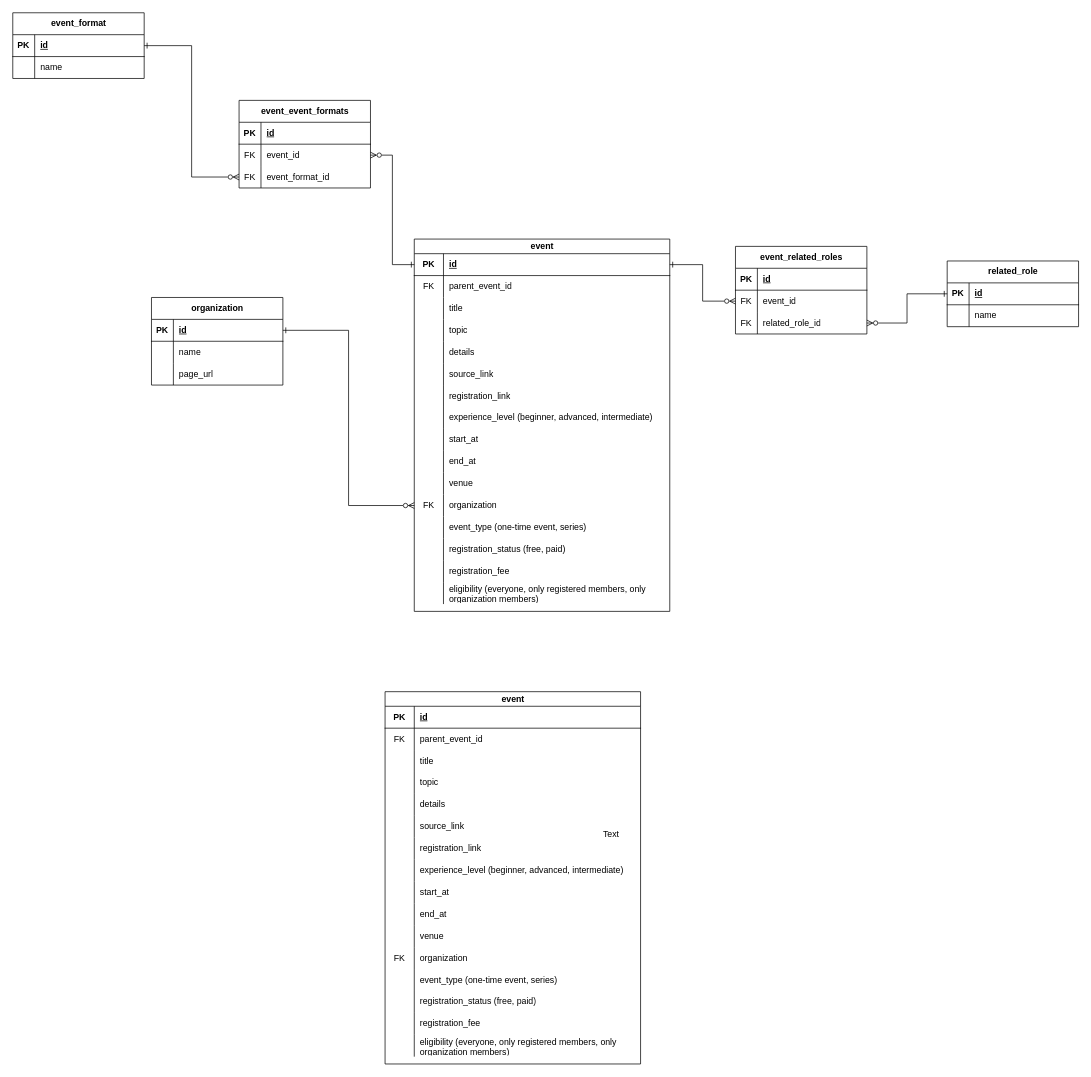
Earlier version of the draw.io diagram 2Gether.drawio (RHILIUS/drawio). Source tidied: cells renumbered, new cells numbered last; positions are measured from the earlier drawing's top-left corner, leaving out a move shared by most shapes. Both pictures are drawn from the tidied source at 73%, with x=0, y=0 at pixel (12, 12).
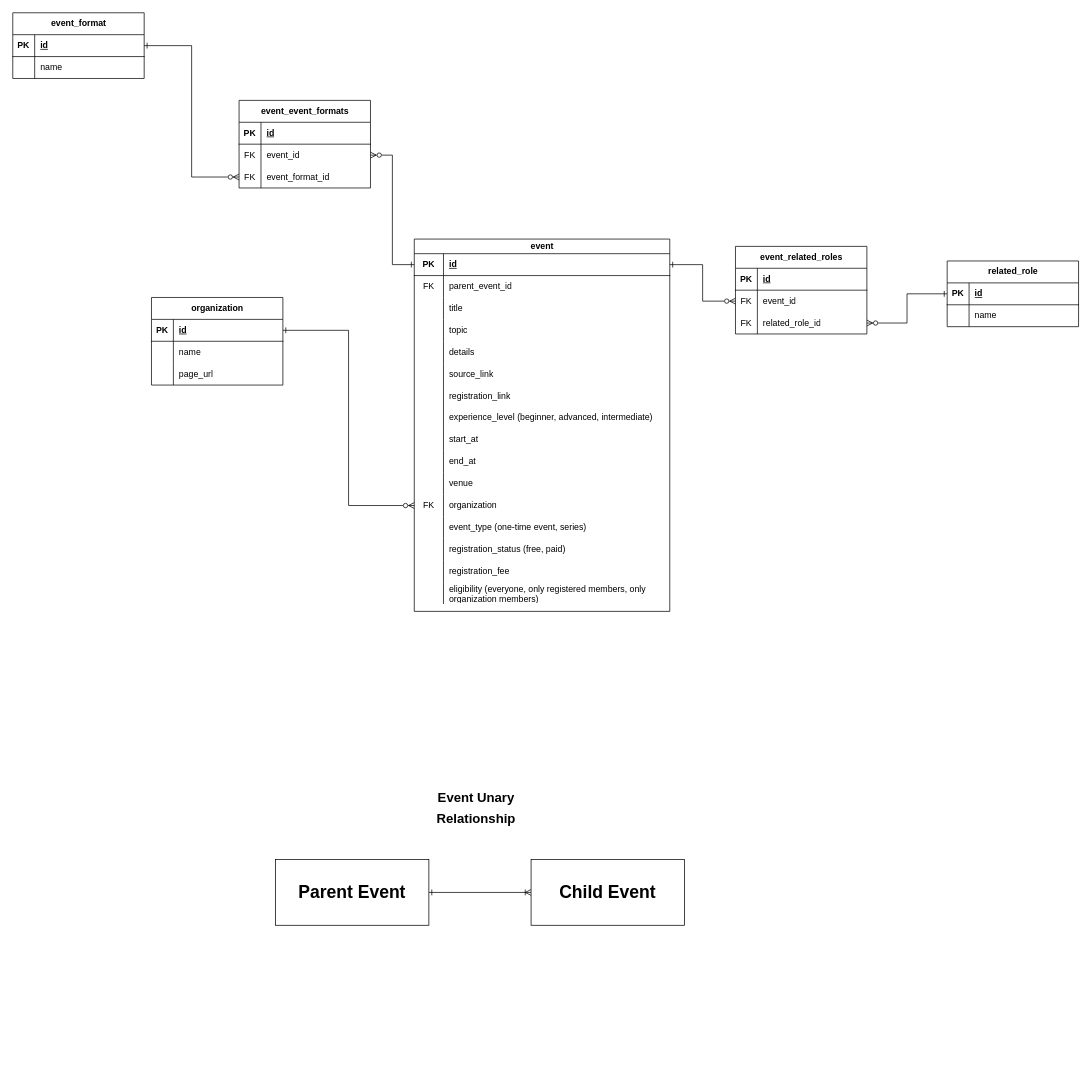
After the change.

Commit message:
add event unary relationship diagram

The edit, as a diff of the source:
```diff
@@
-    <mxCell id="100" value="event" style="shape=table;startSize=20;childLayout=tableLayout;rowLines=0;fontStyle=1;align=center;html=1;" parent="1" vertex="1">
-      <mxGeometry x="510" y="930" width="350" height="510" as="geometry" />
-    </mxCell>
-    <mxCell id="101" style="shape=tableRow;horizontal=0;startSize=0;swimlaneHead=0;swimlaneBody=0;fillColor=none;top=0;left=0;right=0;bottom=1;" parent="100" vertex="1">
-      <mxGeometry y="20" width="350" height="30" as="geometry" />
-    </mxCell>
-    <mxCell id="102" value="PK" style="shape=partialRectangle;fillColor=none;top=0;left=0;bottom=0;right=0;fontStyle=1;overflow=hidden;whiteSpace=wrap;html=1;" parent="101" vertex="1">
-      <mxGeometry width="40" height="30" as="geometry" />
-    </mxCell>
-    <mxCell id="103" value="id" style="shape=partialRectangle;fillColor=none;top=0;left=0;bottom=0;right=0;align=left;spacingLeft=6;fontStyle=5;overflow=hidden;whiteSpace=wrap;html=1;" parent="101" vertex="1">
-      <mxGeometry x="40" width="310" height="30" as="geometry" />
-    </mxCell>
-    <mxCell id="104" style="shape=tableRow;horizontal=0;startSize=0;swimlaneHead=0;swimlaneBody=0;fillColor=none;top=0;left=0;right=0;bottom=0;" parent="100" vertex="1">
-      <mxGeometry y="50" width="350" height="30" as="geometry" />
-    </mxCell>
-    <mxCell id="105" value="FK" style="shape=partialRectangle;fillColor=none;top=0;left=0;bottom=0;right=0;overflow=hidden;whiteSpace=wrap;html=1;" parent="104" vertex="1">
-      <mxGeometry width="40" height="30" as="geometry" />
-    </mxCell>
-    <mxCell id="106" value="parent_event_id" style="shape=partialRectangle;fillColor=none;top=0;left=0;bottom=0;right=0;align=left;spacingLeft=6;overflow=hidden;whiteSpace=wrap;html=1;" parent="104" vertex="1">
-      <mxGeometry x="40" width="310" height="30" as="geometry" />
-    </mxCell>
-    <mxCell id="107" style="shape=tableRow;horizontal=0;startSize=0;swimlaneHead=0;swimlaneBody=0;fillColor=none;top=0;left=0;right=0;bottom=0;" parent="100" vertex="1">
-      <mxGeometry y="80" width="350" height="30" as="geometry" />
-    </mxCell>
-    <mxCell id="108" style="shape=partialRectangle;fillColor=none;top=0;left=0;bottom=0;right=0;overflow=hidden;whiteSpace=wrap;html=1;" parent="107" vertex="1">
-      <mxGeometry width="40" height="30" as="geometry" />
-    </mxCell>
-    <mxCell id="109" value="title" style="shape=partialRectangle;fillColor=none;top=0;left=0;bottom=0;right=0;align=left;spacingLeft=6;overflow=hidden;whiteSpace=wrap;html=1;" parent="107" vertex="1">
-      <mxGeometry x="40" width="310" height="30" as="geometry" />
-    </mxCell>
-    <mxCell id="110" style="shape=tableRow;horizontal=0;startSize=0;swimlaneHead=0;swimlaneBody=0;fillColor=none;top=0;left=0;right=0;bottom=0;" parent="100" vertex="1">
-      <mxGeometry y="110" width="350" height="30" as="geometry" />
-    </mxCell>
-    <mxCell id="111" style="shape=partialRectangle;fillColor=none;top=0;left=0;bottom=0;right=0;overflow=hidden;whiteSpace=wrap;html=1;" parent="110" vertex="1">
-      <mxGeometry width="40" height="30" as="geometry" />
-    </mxCell>
-    <mxCell id="112" value="topic" style="shape=partialRectangle;fillColor=none;top=0;left=0;bottom=0;right=0;align=left;spacingLeft=6;overflow=hidden;whiteSpace=wrap;html=1;" parent="110" vertex="1">
-      <mxGeometry x="40" width="310" height="30" as="geometry" />
-    </mxCell>
-    <mxCell id="113" style="shape=tableRow;horizontal=0;startSize=0;swimlaneHead=0;swimlaneBody=0;fillColor=none;top=0;left=0;right=0;bottom=0;" parent="100" vertex="1">
-      <mxGeometry y="140" width="350" height="30" as="geometry" />
-    </mxCell>
-    <mxCell id="114" style="shape=partialRectangle;fillColor=none;top=0;left=0;bottom=0;right=0;overflow=hidden;whiteSpace=wrap;html=1;" parent="113" vertex="1">
-      <mxGeometry width="40" height="30" as="geometry" />
-    </mxCell>
-    <mxCell id="115" value="details" style="shape=partialRectangle;fillColor=none;top=0;left=0;bottom=0;right=0;align=left;spacingLeft=6;overflow=hidden;whiteSpace=wrap;html=1;" parent="113" vertex="1">
-      <mxGeometry x="40" width="310" height="30" as="geometry" />
-    </mxCell>
-    <mxCell id="116" style="shape=tableRow;horizontal=0;startSize=0;swimlaneHead=0;swimlaneBody=0;fillColor=none;top=0;left=0;right=0;bottom=0;" parent="100" vertex="1">
-      <mxGeometry y="170" width="350" height="30" as="geometry" />
-    </mxCell>
-    <mxCell id="117" style="shape=partialRectangle;fillColor=none;top=0;left=0;bottom=0;right=0;overflow=hidden;whiteSpace=wrap;html=1;" parent="116" vertex="1">
-      <mxGeometry width="40" height="30" as="geometry" />
-    </mxCell>
-    <mxCell id="118" value="source_link" style="shape=partialRectangle;fillColor=none;top=0;left=0;bottom=0;right=0;align=left;spacingLeft=6;overflow=hidden;whiteSpace=wrap;html=1;" parent="116" vertex="1">
-      <mxGeometry x="40" width="310" height="30" as="geometry" />
-    </mxCell>
-    <mxCell id="119" style="shape=tableRow;horizontal=0;startSize=0;swimlaneHead=0;swimlaneBody=0;fillColor=none;top=0;left=0;right=0;bottom=0;" parent="100" vertex="1">
-      <mxGeometry y="200" width="350" height="30" as="geometry" />
-    </mxCell>
-    <mxCell id="120" style="shape=partialRectangle;fillColor=none;top=0;left=0;bottom=0;right=0;overflow=hidden;whiteSpace=wrap;html=1;" parent="119" vertex="1">
-      <mxGeometry width="40" height="30" as="geometry" />
-    </mxCell>
-    <mxCell id="121" value="registration_link" style="shape=partialRectangle;fillColor=none;top=0;left=0;bottom=0;right=0;align=left;spacingLeft=6;overflow=hidden;whiteSpace=wrap;html=1;" parent="119" vertex="1">
-      <mxGeometry x="40" width="310" height="30" as="geometry" />
-    </mxCell>
-    <mxCell id="122" style="shape=tableRow;horizontal=0;startSize=0;swimlaneHead=0;swimlaneBody=0;fillColor=none;top=0;left=0;right=0;bottom=0;" parent="100" vertex="1">
-      <mxGeometry y="230" width="350" height="30" as="geometry" />
-    </mxCell>
-    <mxCell id="123" style="shape=partialRectangle;fillColor=none;top=0;left=0;bottom=0;right=0;overflow=hidden;whiteSpace=wrap;html=1;" parent="122" vertex="1">
-      <mxGeometry width="40" height="30" as="geometry" />
-    </mxCell>
-    <mxCell id="124" value="experience_level (beginner, advanced, intermediate)" style="shape=partialRectangle;fillColor=none;top=0;left=0;bottom=0;right=0;align=left;spacingLeft=6;overflow=hidden;whiteSpace=wrap;html=1;" parent="122" vertex="1">
-      <mxGeometry x="40" width="310" height="30" as="geometry" />
-    </mxCell>
-    <mxCell id="125" style="shape=tableRow;horizontal=0;startSize=0;swimlaneHead=0;swimlaneBody=0;fillColor=none;top=0;left=0;right=0;bottom=0;" parent="100" vertex="1">
-      <mxGeometry y="260" width="350" height="30" as="geometry" />
-    </mxCell>
-    <mxCell id="126" style="shape=partialRectangle;fillColor=none;top=0;left=0;bottom=0;right=0;overflow=hidden;whiteSpace=wrap;html=1;" parent="125" vertex="1">
-      <mxGeometry width="40" height="30" as="geometry" />
-    </mxCell>
-    <mxCell id="127" value="start_at" style="shape=partialRectangle;fillColor=none;top=0;left=0;bottom=0;right=0;align=left;spacingLeft=6;overflow=hidden;whiteSpace=wrap;html=1;" parent="125" vertex="1">
-      <mxGeometry x="40" width="310" height="30" as="geometry" />
-    </mxCell>
-    <mxCell id="128" style="shape=tableRow;horizontal=0;startSize=0;swimlaneHead=0;swimlaneBody=0;fillColor=none;top=0;left=0;right=0;bottom=0;" parent="100" vertex="1">
-      <mxGeometry y="290" width="350" height="30" as="geometry" />
-    </mxCell>
-    <mxCell id="129" style="shape=partialRectangle;fillColor=none;top=0;left=0;bottom=0;right=0;overflow=hidden;whiteSpace=wrap;html=1;" parent="128" vertex="1">
-      <mxGeometry width="40" height="30" as="geometry" />
-    </mxCell>
-    <mxCell id="130" value="end_at" style="shape=partialRectangle;fillColor=none;top=0;left=0;bottom=0;right=0;align=left;spacingLeft=6;overflow=hidden;whiteSpace=wrap;html=1;" parent="128" vertex="1">
-      <mxGeometry x="40" width="310" height="30" as="geometry" />
-    </mxCell>
-    <mxCell id="131" style="shape=tableRow;horizontal=0;startSize=0;swimlaneHead=0;swimlaneBody=0;fillColor=none;top=0;left=0;right=0;bottom=0;" parent="100" vertex="1">
-      <mxGeometry y="320" width="350" height="30" as="geometry" />
-    </mxCell>
-    <mxCell id="132" style="shape=partialRectangle;fillColor=none;top=0;left=0;bottom=0;right=0;overflow=hidden;whiteSpace=wrap;html=1;" parent="131" vertex="1">
-      <mxGeometry width="40" height="30" as="geometry" />
-    </mxCell>
-    <mxCell id="133" value="venue" style="shape=partialRectangle;fillColor=none;top=0;left=0;bottom=0;right=0;align=left;spacingLeft=6;overflow=hidden;whiteSpace=wrap;html=1;" parent="131" vertex="1">
-      <mxGeometry x="40" width="310" height="30" as="geometry" />
-    </mxCell>
-    <mxCell id="134" style="shape=tableRow;horizontal=0;startSize=0;swimlaneHead=0;swimlaneBody=0;fillColor=none;top=0;left=0;right=0;bottom=0;" parent="100" vertex="1">
-      <mxGeometry y="350" width="350" height="30" as="geometry" />
-    </mxCell>
-    <mxCell id="135" value="FK" style="shape=partialRectangle;fillColor=none;top=0;left=0;bottom=0;right=0;overflow=hidden;whiteSpace=wrap;html=1;" parent="134" vertex="1">
-      <mxGeometry width="40" height="30" as="geometry" />
-    </mxCell>
-    <mxCell id="136" value="organization" style="shape=partialRectangle;fillColor=none;top=0;left=0;bottom=0;right=0;align=left;spacingLeft=6;overflow=hidden;whiteSpace=wrap;html=1;" parent="134" vertex="1">
-      <mxGeometry x="40" width="310" height="30" as="geometry" />
-    </mxCell>
-    <mxCell id="137" style="shape=tableRow;horizontal=0;startSize=0;swimlaneHead=0;swimlaneBody=0;fillColor=none;top=0;left=0;right=0;bottom=0;" parent="100" vertex="1">
-      <mxGeometry y="380" width="350" height="30" as="geometry" />
-    </mxCell>
-    <mxCell id="138" style="shape=partialRectangle;fillColor=none;top=0;left=0;bottom=0;right=0;overflow=hidden;whiteSpace=wrap;html=1;" parent="137" vertex="1">
-      <mxGeometry width="40" height="30" as="geometry" />
-    </mxCell>
-    <mxCell id="139" value="event_type (one-time event, series)" style="shape=partialRectangle;fillColor=none;top=0;left=0;bottom=0;right=0;align=left;spacingLeft=6;overflow=hidden;whiteSpace=wrap;html=1;" parent="137" vertex="1">
-      <mxGeometry x="40" width="310" height="30" as="geometry" />
-    </mxCell>
-    <mxCell id="140" style="shape=tableRow;horizontal=0;startSize=0;swimlaneHead=0;swimlaneBody=0;fillColor=none;top=0;left=0;right=0;bottom=0;" parent="100" vertex="1">
-      <mxGeometry y="410" width="350" height="30" as="geometry" />
-    </mxCell>
-    <mxCell id="141" style="shape=partialRectangle;fillColor=none;top=0;left=0;bottom=0;right=0;overflow=hidden;whiteSpace=wrap;html=1;" parent="140" vertex="1">
-      <mxGeometry width="40" height="30" as="geometry" />
-    </mxCell>
-    <mxCell id="142" value="registration_status (free, paid)" style="shape=partialRectangle;fillColor=none;top=0;left=0;bottom=0;right=0;align=left;spacingLeft=6;overflow=hidden;whiteSpace=wrap;html=1;" parent="140" vertex="1">
-      <mxGeometry x="40" width="310" height="30" as="geometry" />
-    </mxCell>
-    <mxCell id="143" style="shape=tableRow;horizontal=0;startSize=0;swimlaneHead=0;swimlaneBody=0;fillColor=none;top=0;left=0;right=0;bottom=0;" parent="100" vertex="1">
-      <mxGeometry y="440" width="350" height="30" as="geometry" />
-    </mxCell>
-    <mxCell id="144" style="shape=partialRectangle;fillColor=none;top=0;left=0;bottom=0;right=0;overflow=hidden;whiteSpace=wrap;html=1;" parent="143" vertex="1">
-      <mxGeometry width="40" height="30" as="geometry" />
-    </mxCell>
-    <mxCell id="145" value="registration_fee" style="shape=partialRectangle;fillColor=none;top=0;left=0;bottom=0;right=0;align=left;spacingLeft=6;overflow=hidden;whiteSpace=wrap;html=1;" parent="143" vertex="1">
-      <mxGeometry x="40" width="310" height="30" as="geometry" />
-    </mxCell>
-    <mxCell id="146" style="shape=tableRow;horizontal=0;startSize=0;swimlaneHead=0;swimlaneBody=0;fillColor=none;top=0;left=0;right=0;bottom=0;" parent="100" vertex="1">
-      <mxGeometry y="470" width="350" height="30" as="geometry" />
-    </mxCell>
-    <mxCell id="147" style="shape=partialRectangle;fillColor=none;top=0;left=0;bottom=0;right=0;overflow=hidden;whiteSpace=wrap;html=1;" parent="146" vertex="1">
-      <mxGeometry width="40" height="30" as="geometry" />
-    </mxCell>
-    <mxCell id="148" value="eligibility (everyone, only registered members, only organization members)" style="shape=partialRectangle;fillColor=none;top=0;left=0;bottom=0;right=0;align=left;spacingLeft=6;overflow=hidden;whiteSpace=wrap;html=1;" parent="146" vertex="1">
-      <mxGeometry x="40" width="310" height="30" as="geometry" />
-    </mxCell>
-    <mxCell id="149" value="Text" style="text;html=1;whiteSpace=wrap;strokeColor=none;fillColor=none;align=center;verticalAlign=middle;rounded=0;" parent="1" vertex="1">
-      <mxGeometry x="790" y="1110" width="60" height="30" as="geometry" />
+    <mxCell id="149" value="&lt;h1&gt;&lt;font style=&quot;font-size: 18px;&quot;&gt;Event Unary Relationship&lt;/font&gt;&lt;/h1&gt;&lt;div&gt;&lt;br&gt;&lt;/div&gt;" style="text;html=1;whiteSpace=wrap;strokeColor=none;fillColor=none;align=center;verticalAlign=middle;rounded=0;" parent="1" vertex="1">
+      <mxGeometry x="540" y="1080" width="190" height="30" as="geometry" />
     </mxCell>
+    <mxCell id="150" style="edgeStyle=orthogonalEdgeStyle;rounded=0;jettySize=auto;html=1;entryX=0;entryY=0.5;entryDx=0;entryDy=0;endArrow=ERoneToMany;endFill=0;startArrow=ERone;startFill=0;" parent="1" edge="1" source="151" target="152">
+      <mxGeometry relative="1" as="geometry" />
+    </mxCell>
+    <mxCell id="151" value="&lt;h1&gt;Parent Event&lt;/h1&gt;" style="rounded=0;whiteSpace=wrap;html=1;" parent="1" vertex="1">
+      <mxGeometry x="360" y="1160" width="210" height="90" as="geometry" />
+    </mxCell>
+    <mxCell id="152" value="&lt;h1&gt;Child Event&lt;/h1&gt;" style="rounded=0;whiteSpace=wrap;html=1;" parent="1" vertex="1">
+      <mxGeometry x="710" y="1160" width="210" height="90" as="geometry" />
+    </mxCell>
```
